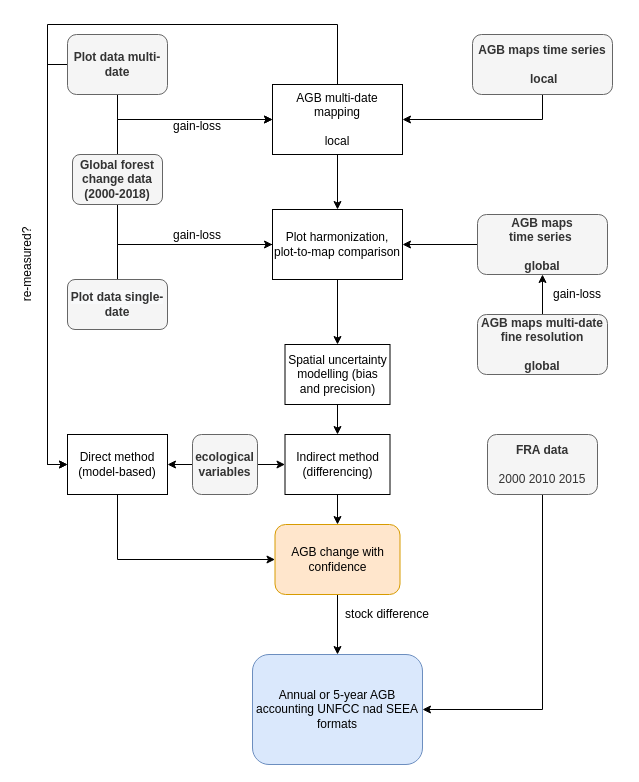
This is AGBC_simple.drawio from arnanaraza/diagrams, a draw.io file, before an edit. Source tidied: cells renumbered, new cells numbered last; positions are measured from the earlier drawing's top-left corner, leaving out a move shared by most shapes. Both pictures are drawn from the tidied source at 100%, with x=0, y=0 at pixel (-18, 24).
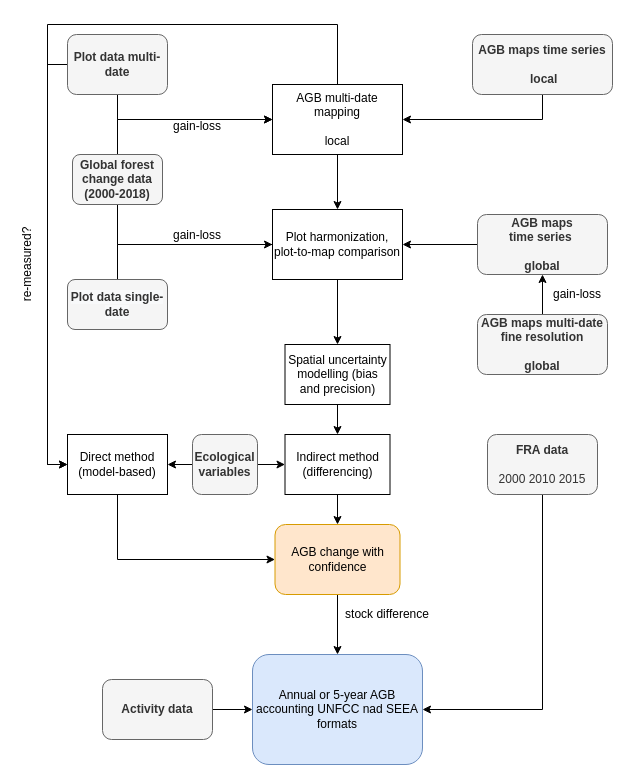
The same page after the edit.

Unchanged cells that the change refers to:
```xml
<mxCell id="11" value="Annual or 5-year AGB accounting UNFCC nad SEEA formats" style="rounded=1;whiteSpace=wrap;html=1;fillColor=#dae8fc;strokeColor=#6c8ebf;" parent="1" vertex="1">
  <mxGeometry x="270" y="630" width="170" height="110" as="geometry" />
</mxCell>
```

Diff of the diagram source:
```diff
@@
-    <mxCell id="37" value="&lt;b&gt;ecological variables&lt;br&gt;&lt;/b&gt;" style="rounded=1;whiteSpace=wrap;html=1;fillColor=#f5f5f5;strokeColor=#666666;fontColor=#333333;" parent="1" vertex="1">
+    <mxCell id="37" value="&lt;b&gt;Ecological variables&lt;br&gt;&lt;/b&gt;" style="rounded=1;whiteSpace=wrap;html=1;fillColor=#f5f5f5;strokeColor=#666666;fontColor=#333333;" parent="1" vertex="1">
       <mxGeometry x="210" y="410" width="65" height="60" as="geometry" />
     </mxCell>
@@
+    <mxCell id="40" style="edgeStyle=orthogonalEdgeStyle;rounded=0;jettySize=auto;html=1;exitX=1;exitY=0.5;exitDx=0;exitDy=0;entryX=0;entryY=0.5;entryDx=0;entryDy=0;" parent="1" edge="1" source="41" target="11">
+      <mxGeometry relative="1" as="geometry" />
+    </mxCell>
+    <mxCell id="41" value="&lt;b&gt;Activity data&lt;/b&gt;" style="rounded=1;whiteSpace=wrap;html=1;fillColor=#f5f5f5;strokeColor=#666666;fontColor=#333333;" parent="1" vertex="1">
+      <mxGeometry x="120" y="655" width="110" height="60" as="geometry" />
+    </mxCell>
```
